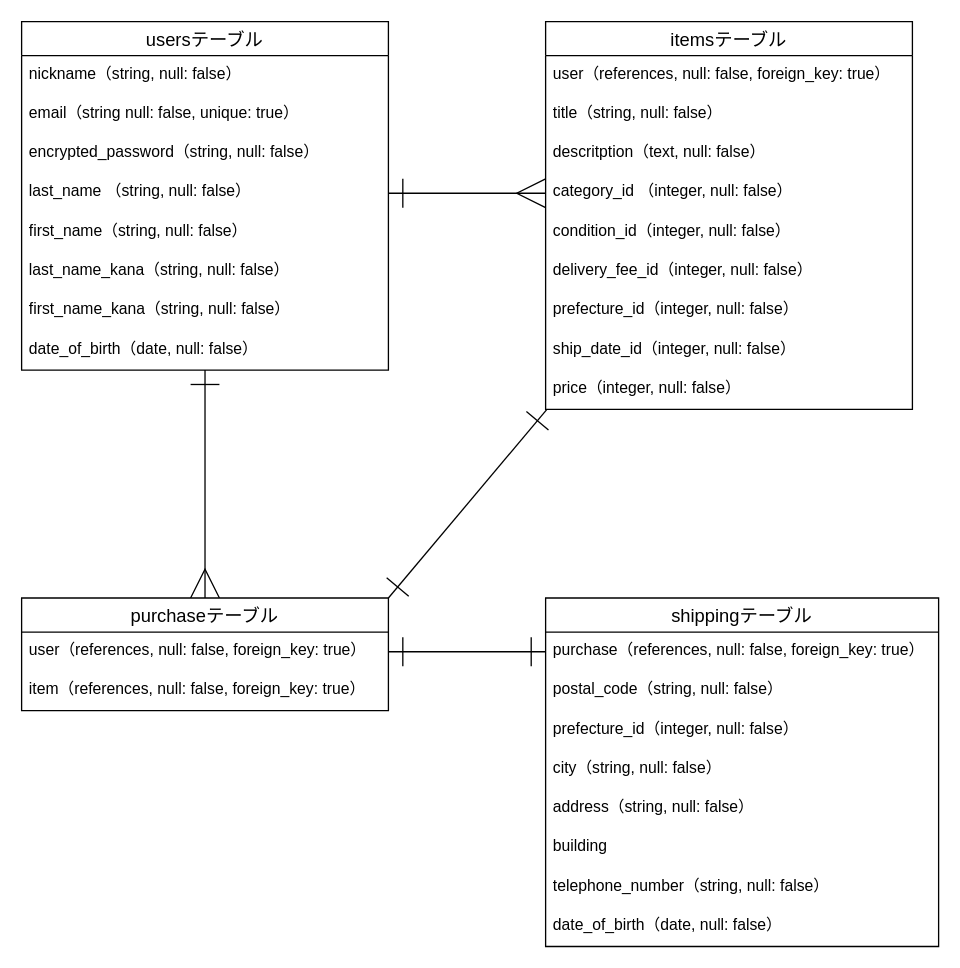
Above: er.dio in Neru0401/furima-41023 (draw.io), before the change. Source tidied: cells renumbered, new cells numbered last; positions are measured from the earlier drawing's top-left corner, leaving out a move shared by most shapes. Both pictures are drawn from the tidied source at 131%, with x=0, y=0 at pixel (21, 21).
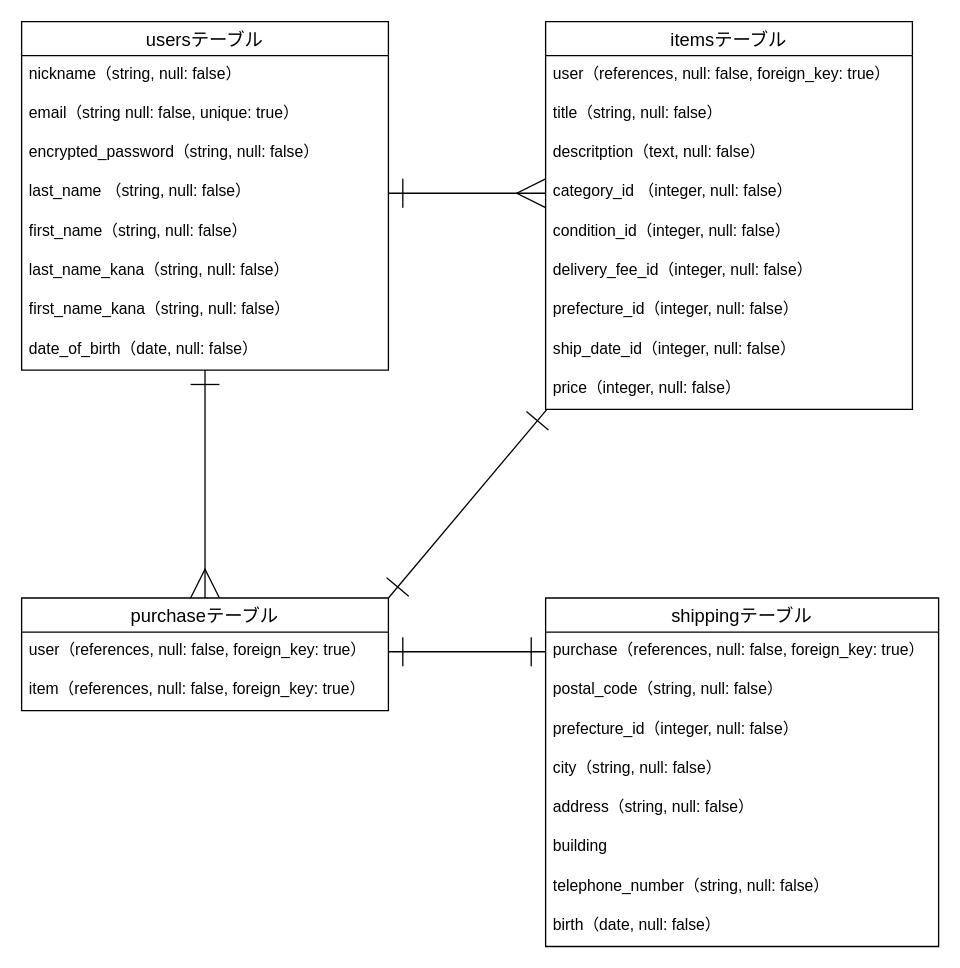
The same diagram, later.

Commit message (it also covers changes not shown here):
カラム名の修正

Unchanged cells that the change refers to:
```xml
<mxCell id="26" value="shippingテーブル" style="swimlane;fontStyle=0;horizontal=1;startSize=26;align=center;fontSize=14;" parent="1" vertex="1">
  <mxGeometry x="400" y="440" width="300" height="266" as="geometry" />
</mxCell>
```

Change to the diagram source:
```diff
@@
-    <mxCell id="34" value="date_of_birth（date, null: false）" style="text;strokeColor=none;fillColor=none;spacingLeft=4;spacingRight=4;overflow=hidden;fontSize=12;" parent="26" vertex="1">
+    <mxCell id="34" value="birth（date, null: false）" style="text;strokeColor=none;fillColor=none;spacingLeft=4;spacingRight=4;overflow=hidden;fontSize=12;" parent="26" vertex="1">
       <mxGeometry y="236" width="300" height="30" as="geometry" />
     </mxCell>
```
